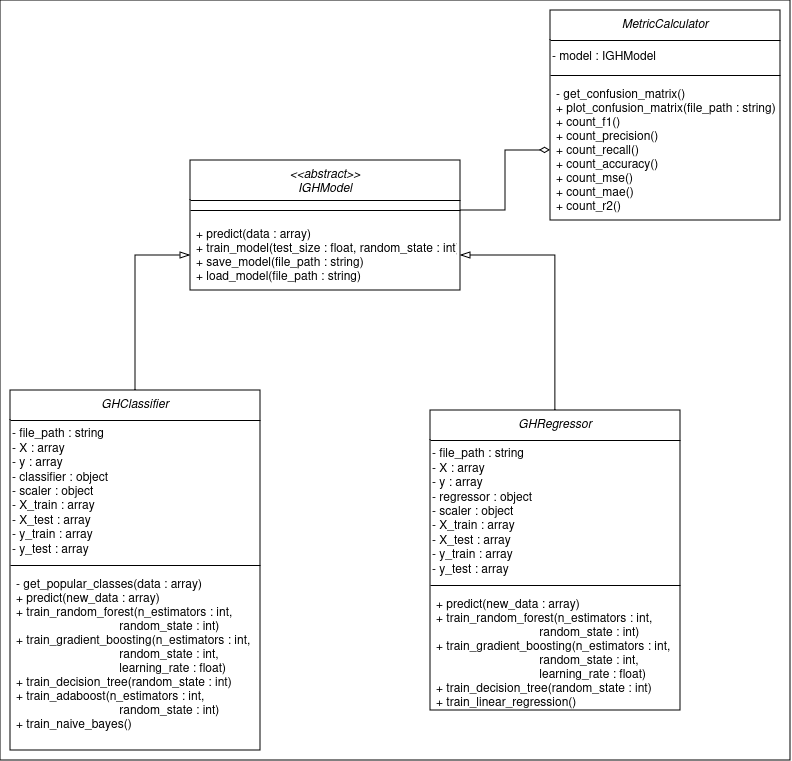
This is coursework-text/pic/uml.png from Goldria/popularity-forecast-github, a draw.io export, as it was before one commit. Source tidied: cells renumbered, new cells last; positions are measured from the earlier drawing's top-left corner, leaving out a move shared by most shapes.
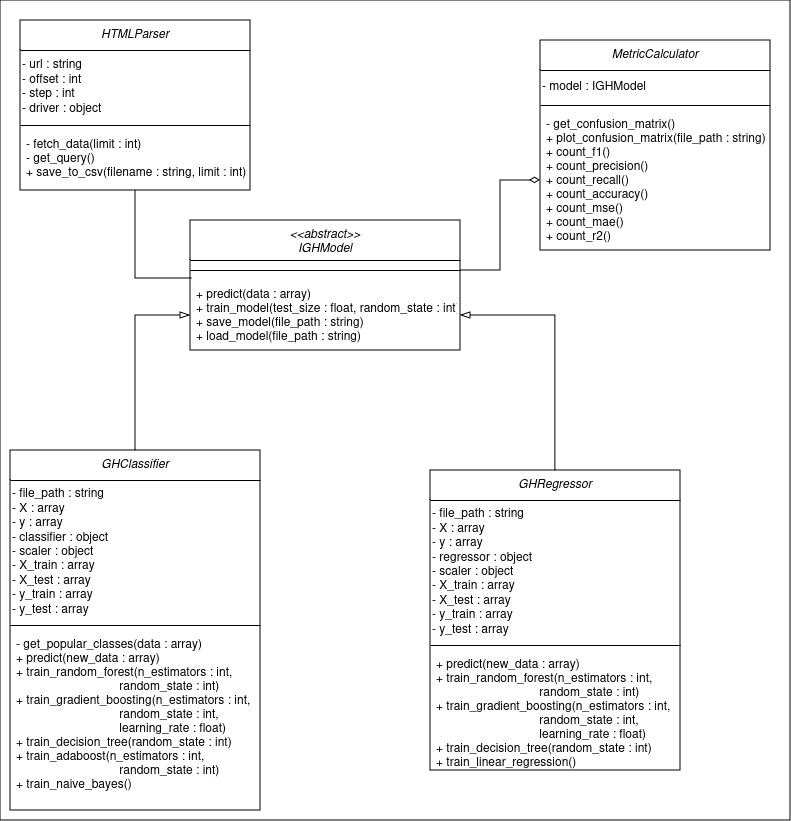
After the change.

Diff of the diagram source:
```diff
@@ -3,7 +3,7 @@
     <mxCell id="0" />
     <mxCell id="1" parent="0" />
     <mxCell id="2" style="rounded=0;whiteSpace=wrap;html=1;" parent="1" vertex="1">
-      <mxGeometry width="790" height="760" as="geometry" />
+      <mxGeometry y="-60" width="790" height="820" as="geometry" />
     </mxCell>
     <mxCell id="3" value="&lt;&lt;abstract&gt;&gt;&#10;IGHModel" style="swimlane;fontStyle=2;align=center;verticalAlign=top;horizontal=1;startSize=40;rounded=0;shadow=0;strokeWidth=1;" parent="1" vertex="1">
       <mxGeometry x="190" y="160" width="270" height="130" as="geometry" />
@@ -15,7 +15,7 @@
       <mxGeometry y="60" width="270" height="70" as="geometry" />
     </mxCell>
     <mxCell id="6" value="MetricCalculator" style="swimlane;fontStyle=2;align=center;verticalAlign=top;horizontal=1;startSize=30;rounded=0;shadow=0;strokeWidth=1;" parent="1" vertex="1">
-      <mxGeometry x="550" y="10" width="230" height="210" as="geometry" />
+      <mxGeometry x="540" y="-20" width="230" height="210" as="geometry" />
     </mxCell>
     <mxCell id="7" value="&lt;div&gt;- model : IGHModel&lt;br&gt;&lt;/div&gt;" style="text;html=1;align=left;verticalAlign=middle;strokeColor=none;fillColor=none;" parent="6" vertex="1">
       <mxGeometry y="30" width="230" height="30" as="geometry" />
@@ -59,5 +59,20 @@
     <mxCell id="20" style="edgeStyle=orthogonalEdgeStyle;rounded=0;jettySize=auto;html=1;endArrow=diamondThin;endFill=0;endSize=8;" parent="1" edge="1" source="4" target="9">
       <mxGeometry relative="1" as="geometry" />
     </mxCell>
+    <mxCell id="21" value="HTMLParser" style="swimlane;fontStyle=2;align=center;verticalAlign=top;horizontal=1;startSize=30;rounded=0;shadow=0;strokeWidth=1;" parent="1" vertex="1">
+      <mxGeometry x="20" y="-40" width="230" height="170" as="geometry" />
+    </mxCell>
+    <mxCell id="22" value="- url : string&lt;br&gt;- offset : int&lt;br&gt;- step : int&lt;br&gt;- driver : object" style="text;html=1;align=left;verticalAlign=middle;strokeColor=none;fillColor=none;" parent="21" vertex="1">
+      <mxGeometry y="30" width="230" height="70" as="geometry" />
+    </mxCell>
+    <mxCell id="23" style="line;html=1;strokeWidth=1;align=left;verticalAlign=middle;spacingTop=-1;spacingLeft=3;spacingRight=3;labelPosition=right;" parent="21" vertex="1">
+      <mxGeometry y="100" width="230" height="10" as="geometry" />
+    </mxCell>
+    <mxCell id="24" value="- fetch_data(limit : int)&#10;- get_query()&#10;+ save_to_csv(filename : string, limit : int)" style="text;align=left;verticalAlign=top;spacingLeft=4;spacingRight=4;overflow=hidden;" parent="21" vertex="1">
+      <mxGeometry y="110" width="230" height="60" as="geometry" />
+    </mxCell>
+    <mxCell id="25" style="edgeStyle=orthogonalEdgeStyle;rounded=0;jettySize=auto;html=1;entryX=0.007;entryY=-0.029;entryDx=0;entryDy=0;entryPerimeter=0;endArrow=none;endFill=0;" parent="1" edge="1" source="21" target="5">
+      <mxGeometry relative="1" as="geometry" />
+    </mxCell>
   </root>
 </mxGraphModel>
```
